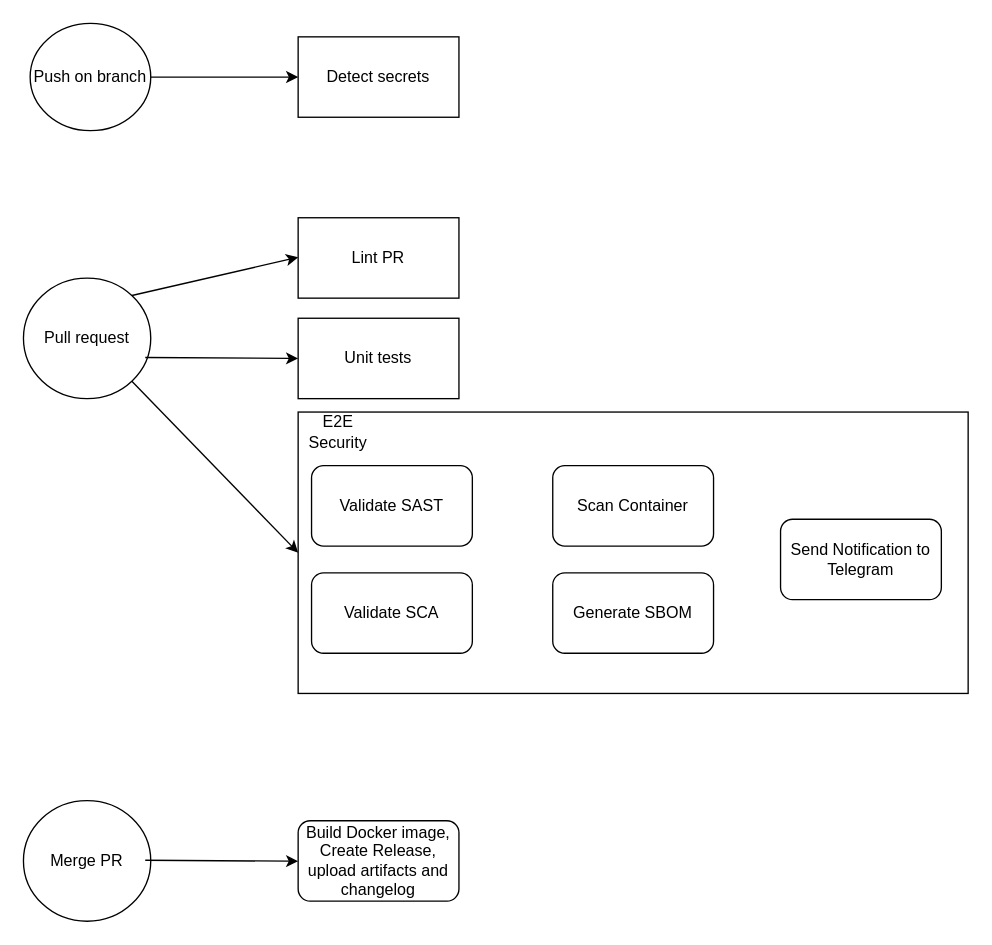
kuchtek/budget-bot keeps this draw.io diagram as img/cicd_concept.drawio. Above is the earlier version. Source tidied: cells renumbered, new cells numbered last; positions are measured from the earlier drawing's top-left corner, leaving out a move shared by most shapes. Both pictures are drawn from the tidied source at 134%, with x=0, y=0 at pixel (23, 23).
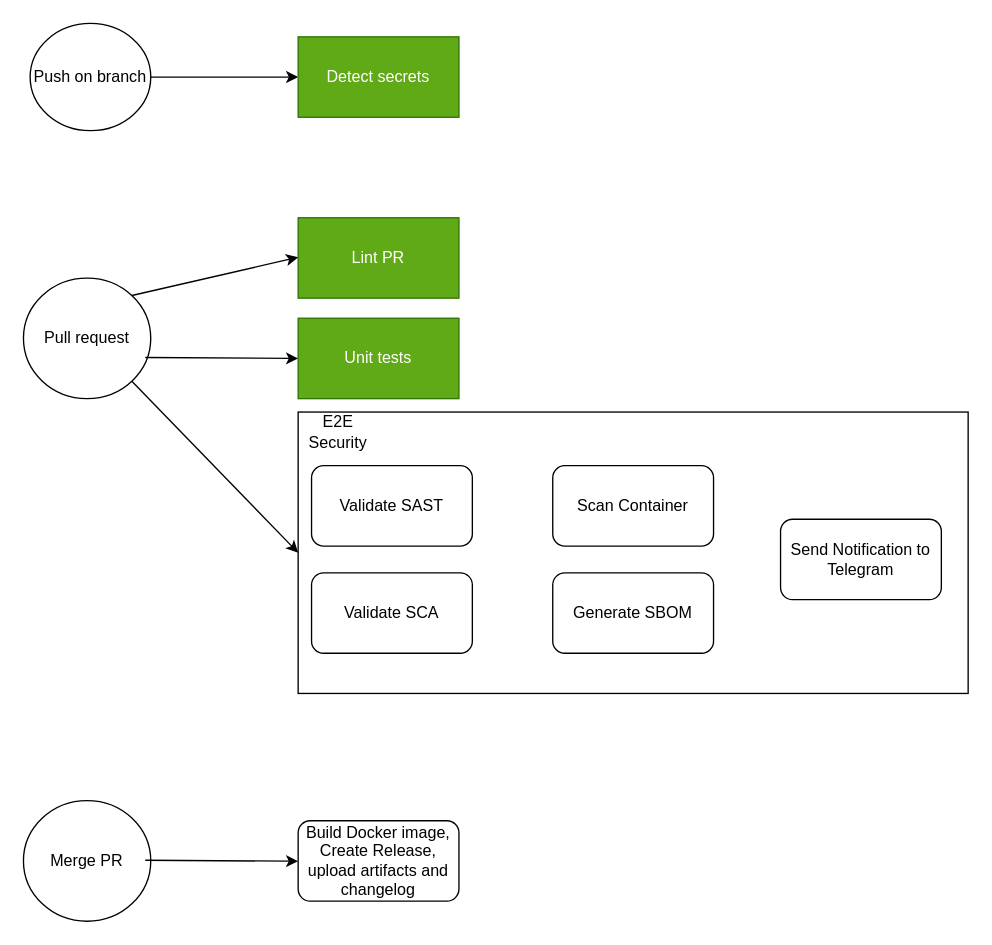
The same page after the edit.

Change to the diagram source:
```diff
@@
-    <mxCell id="4" value="Detect secrets" style="rounded=0;whiteSpace=wrap;html=1;" parent="1" vertex="1">
+    <mxCell id="4" value="Detect secrets" style="rounded=0;whiteSpace=wrap;html=1;fillColor=#60a917;fontColor=#ffffff;strokeColor=#2D7600;" parent="1" vertex="1">
       <mxGeometry x="205" y="10" width="120" height="60" as="geometry" />
     </mxCell>
-    <mxCell id="5" value="Lint PR" style="rounded=0;whiteSpace=wrap;html=1;" parent="1" vertex="1">
+    <mxCell id="5" value="Lint PR" style="rounded=0;whiteSpace=wrap;html=1;fillColor=#60a917;fontColor=#ffffff;strokeColor=#2D7600;" parent="1" vertex="1">
       <mxGeometry x="205" y="145" width="120" height="60" as="geometry" />
     </mxCell>
@@
-    <mxCell id="8" value="Unit tests" style="rounded=0;whiteSpace=wrap;html=1;" parent="1" vertex="1">
+    <mxCell id="8" value="Unit tests" style="rounded=0;whiteSpace=wrap;html=1;fillColor=#60a917;fontColor=#ffffff;strokeColor=#2D7600;" parent="1" vertex="1">
       <mxGeometry x="205" y="220" width="120" height="60" as="geometry" />
     </mxCell>
```
